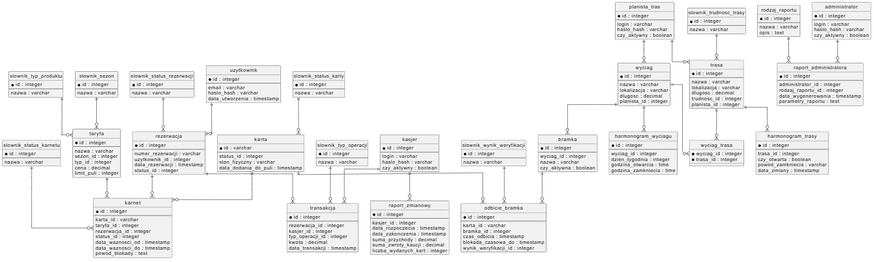
taf4you2/2026_TAB_7_WEGLORZ keeps this PlantUML diagram as Dokumentacja/diagram_klas/diagram_klas.png. Above is the earlier version. Its source is kept beside it as Dokumentacja/diagram_klas/diagram_klas.puml.
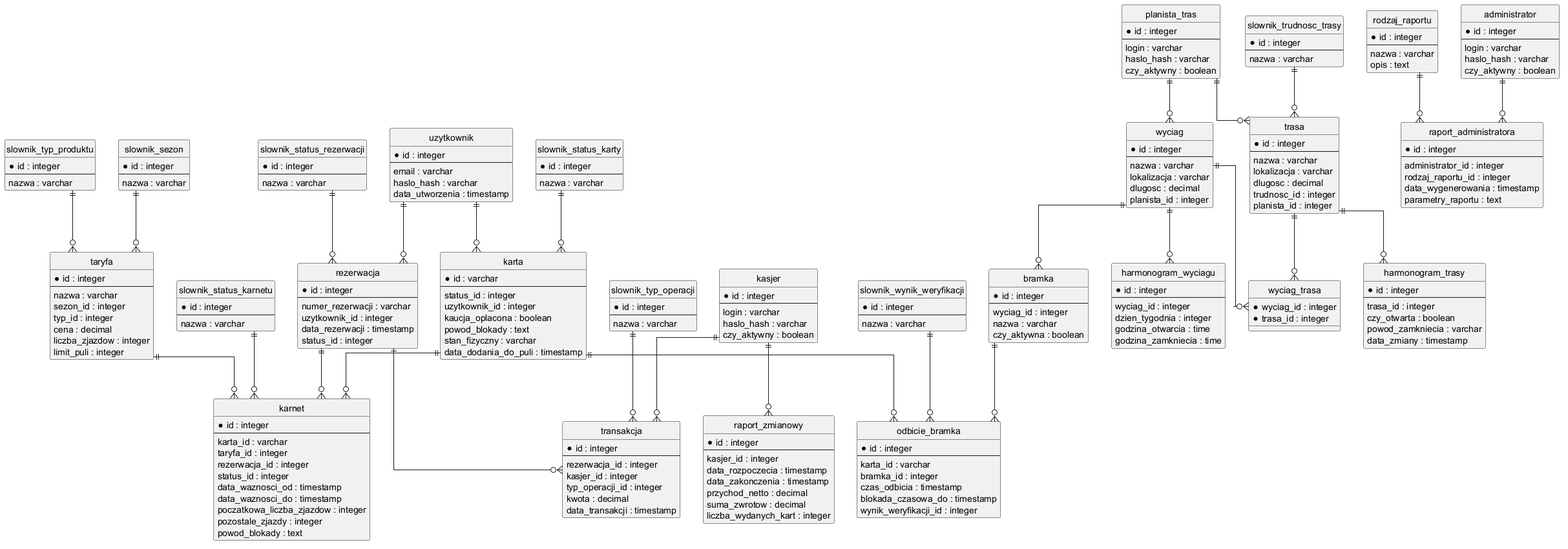
Later version of the same file.

Diff of the diagram source:
```diff
@@ -142,6 +142,9 @@
   * id : varchar
   --
   status_id : integer
+  uzytkownik_id : integer
+  kaucja_oplacona : boolean
+  powod_blokady : text
   stan_fizyczny : varchar
   data_dodania_do_puli : timestamp
 }
@@ -153,6 +156,7 @@
   sezon_id : integer
   typ_id : integer
   cena : decimal
+  liczba_zjazdow : integer
   limit_puli : integer
 }
 
@@ -165,6 +169,8 @@
   status_id : integer
   data_waznosci_od : timestamp
   data_waznosci_do : timestamp
+  poczatkowa_liczba_zjazdow : integer
+  pozostale_zjazdy : integer
   powod_blokady : text
 }
 
@@ -217,8 +223,8 @@
   kasjer_id : integer
   data_rozpoczecia : timestamp
   data_zakonczenia : timestamp
-  suma_przychody : decimal
-  suma_zwroty_kaucji : decimal
+  przychod_netto : decimal
+  suma_zwrotow : decimal
   liczba_wydanych_kart : integer
 }
 
@@ -243,6 +249,7 @@
 slownik_wynik_weryfikacji ||--o{ odbicie_bramka
 
 uzytkownik ||--o{ rezerwacja
+uzytkownik ||--o{ karta
 rezerwacja ||--o{ transakcja
 kasjer ||--o{ transakcja
 karta ||--o{ karnet
```
